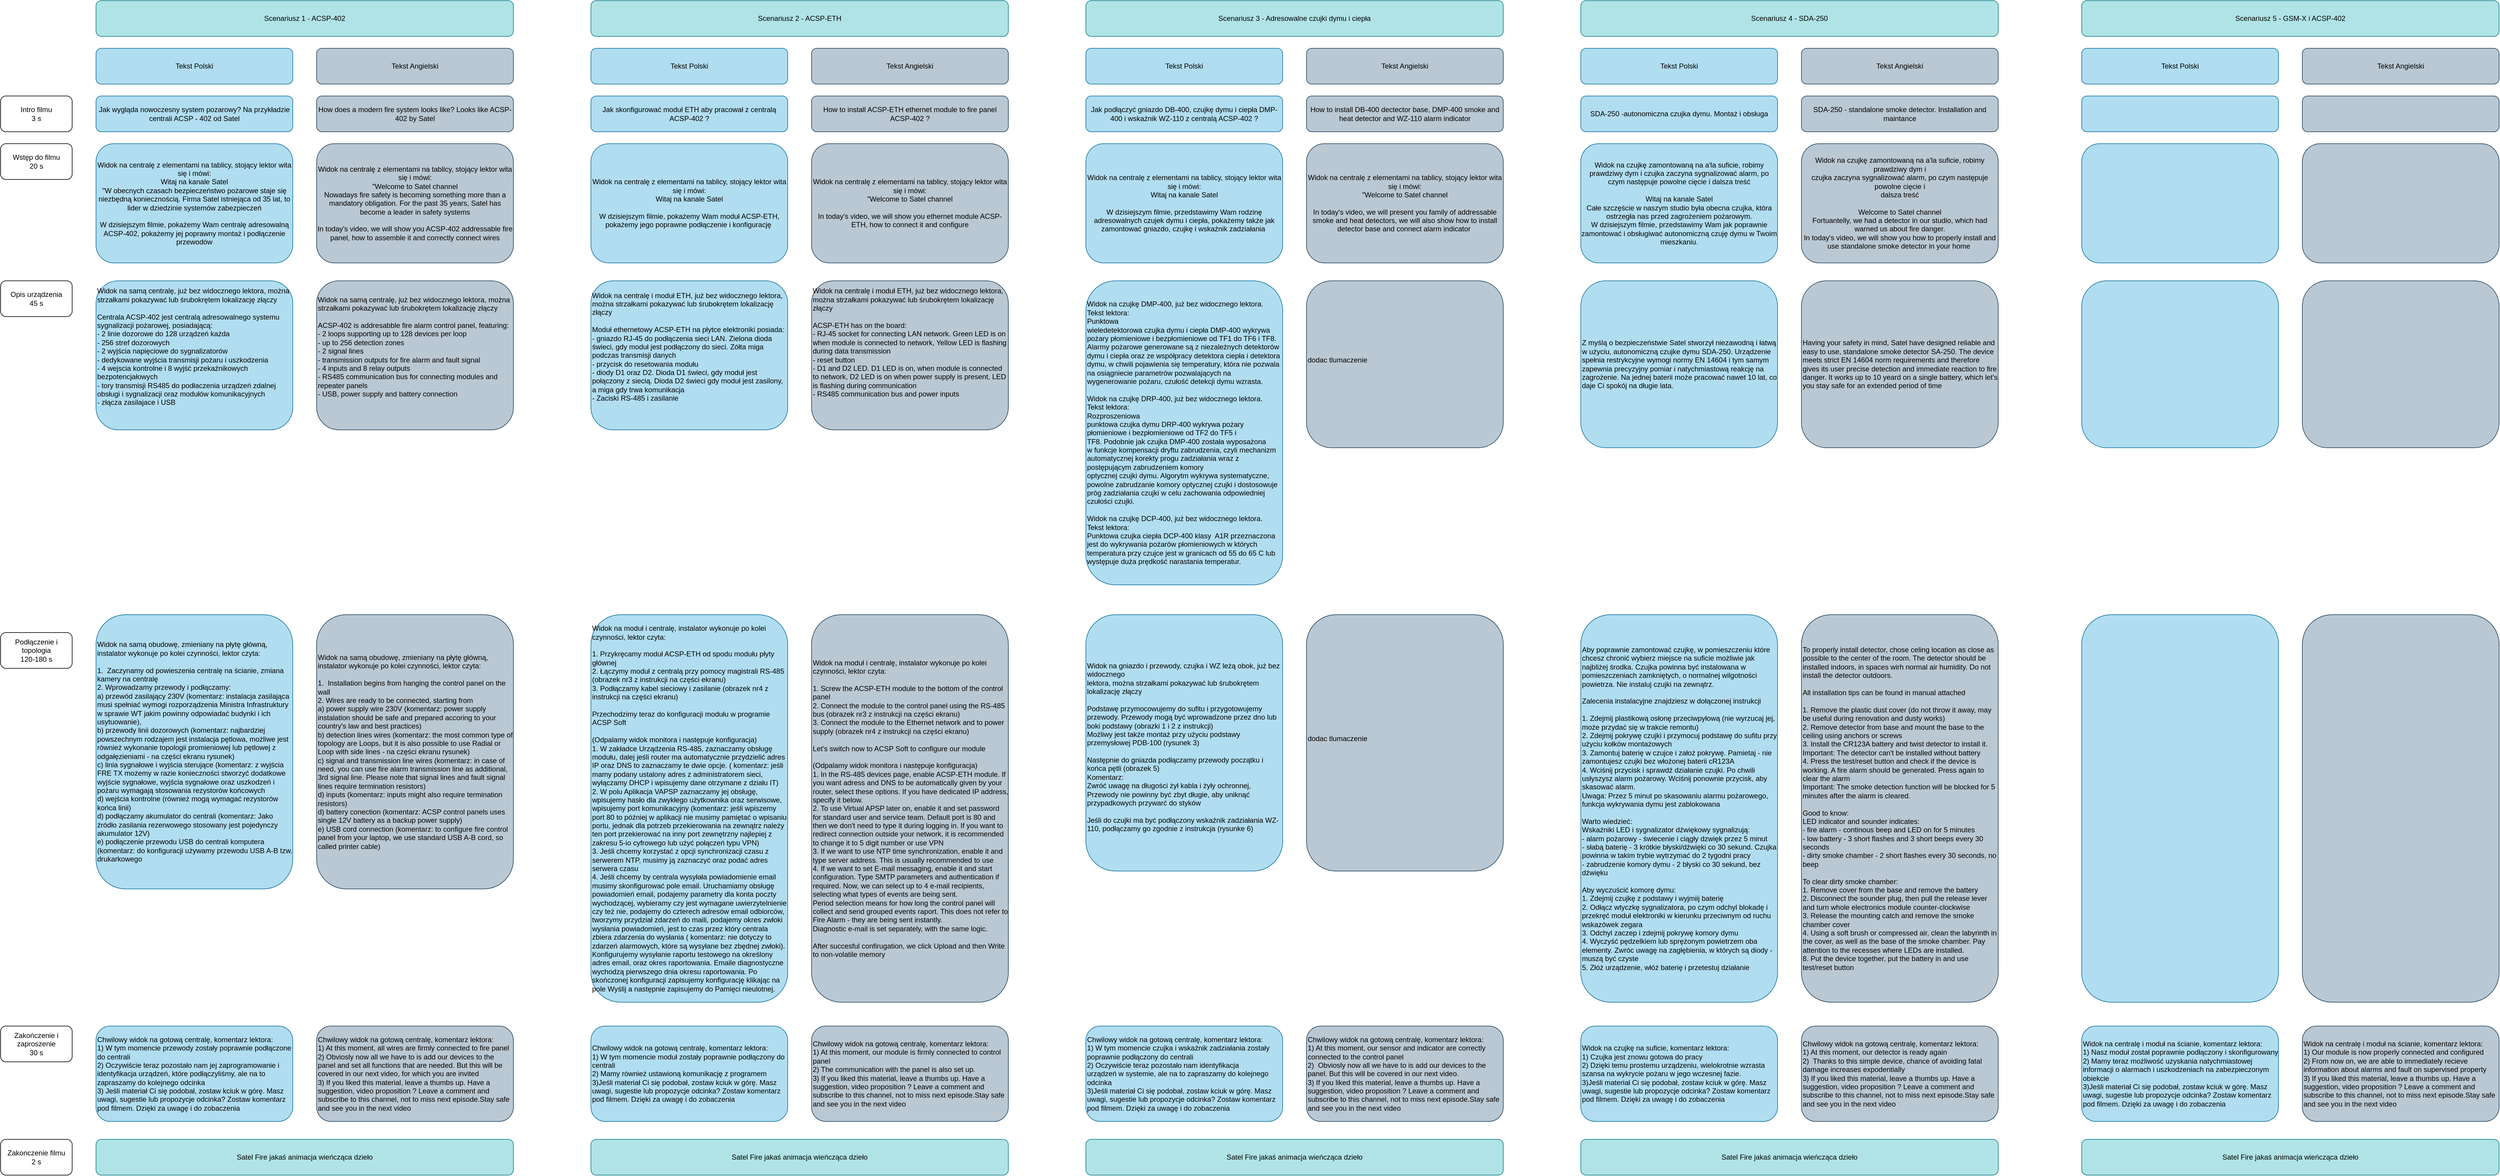
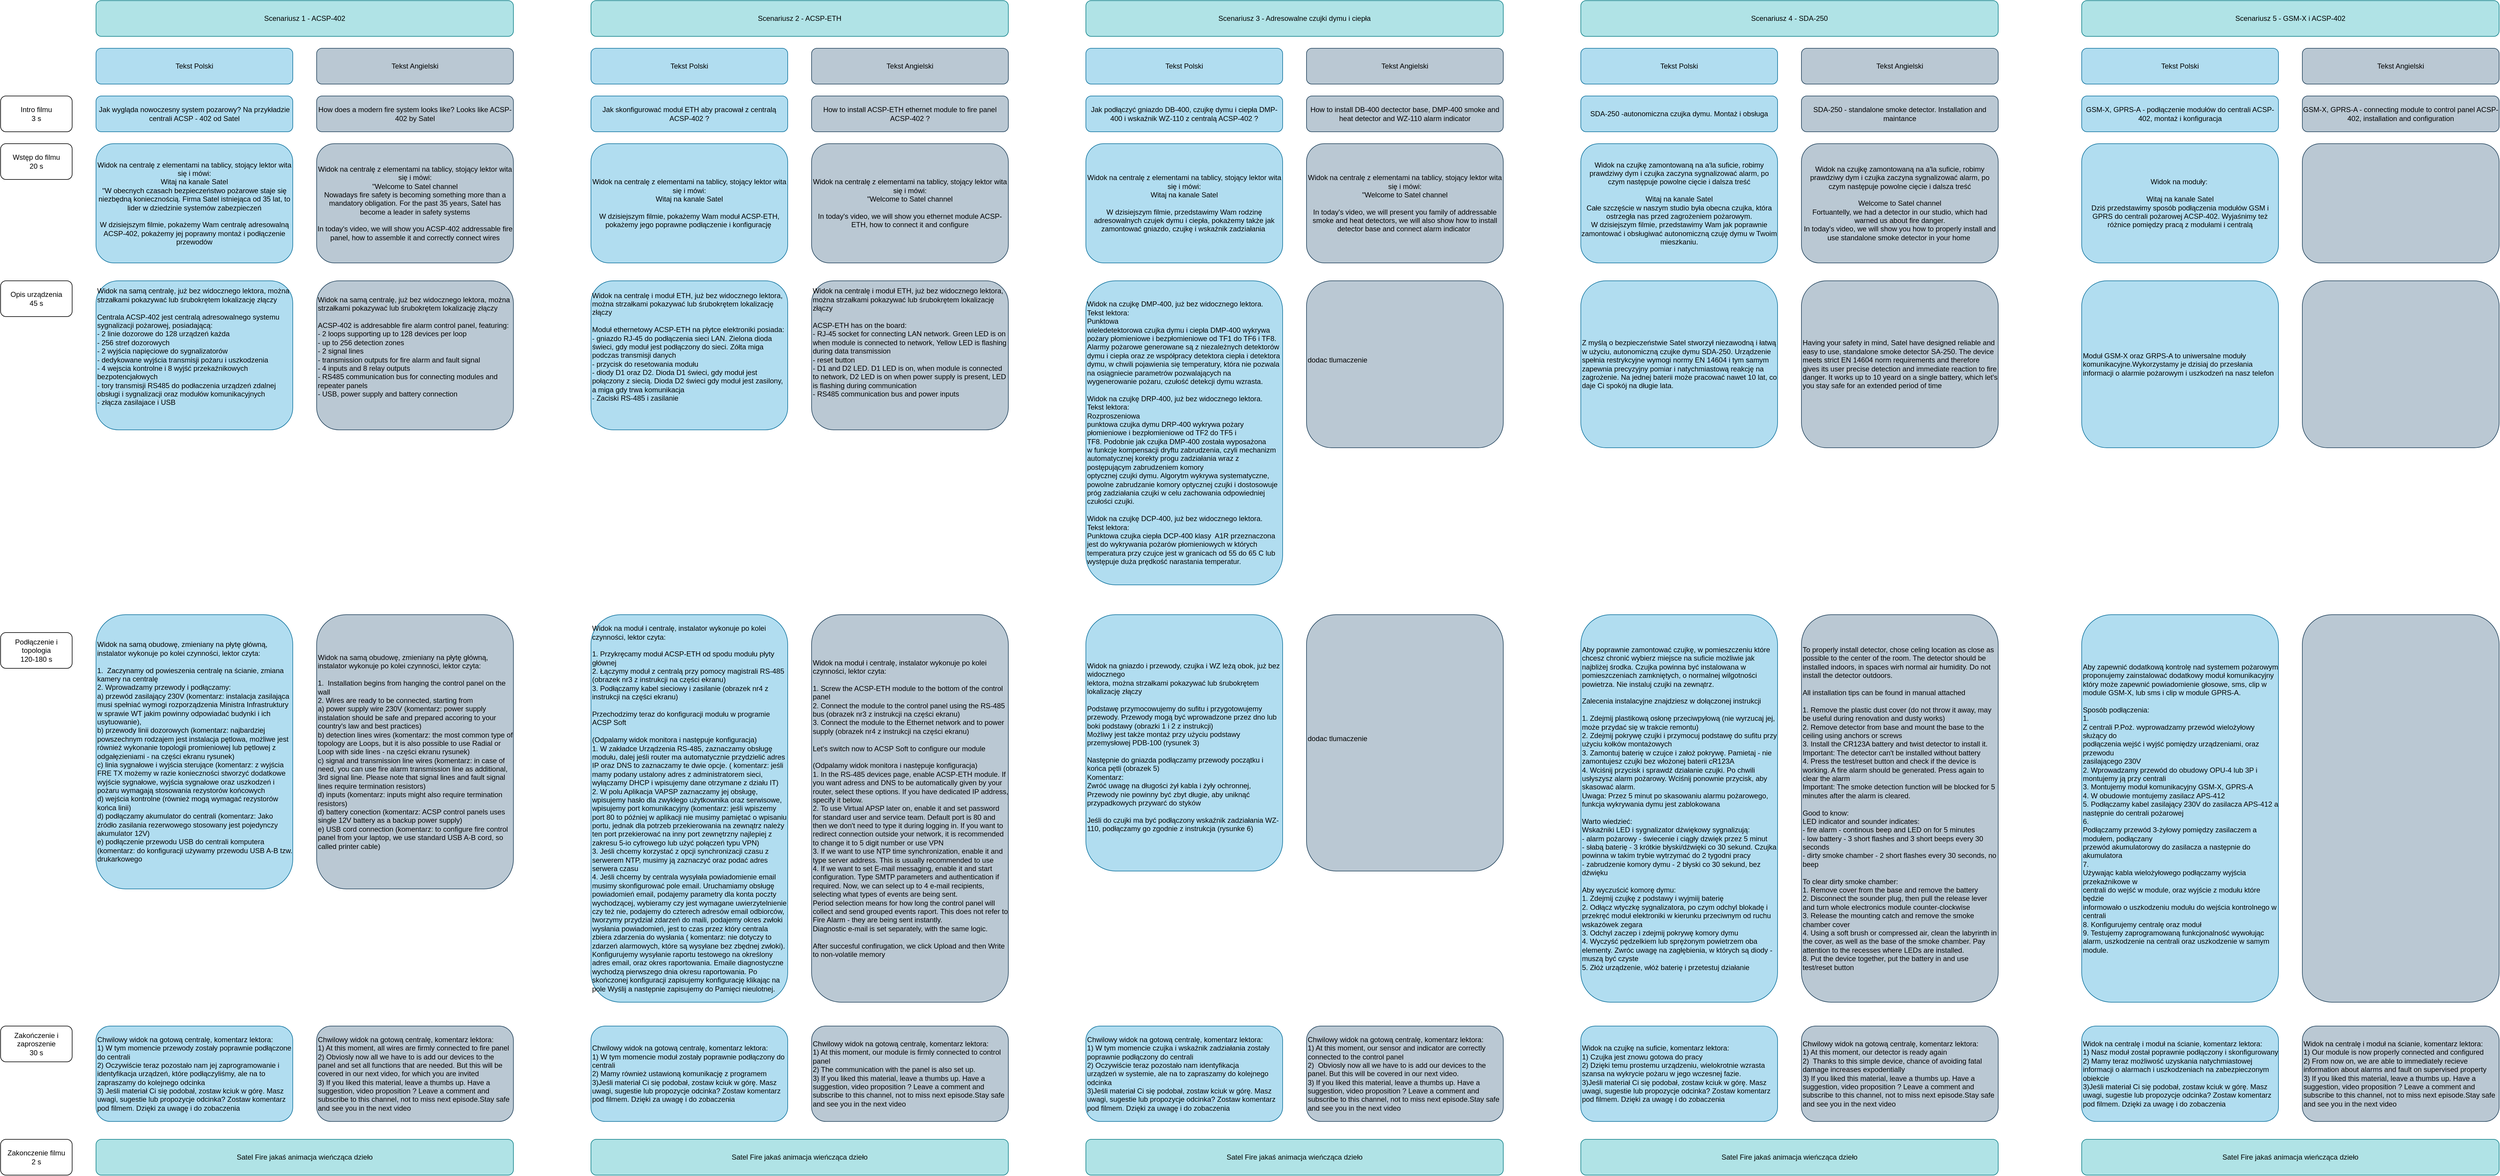
<mxfile host="app.diagrams.net">
  <diagram name="Strona-1" id="z8KAe0LmT8Zc7_pRFNcT">
-     <mxGraphModel dx="2708" dy="3047" grid="1" gridSize="10" guides="1" tooltips="1" connect="1" arrows="1" fold="1" page="1" pageScale="1" pageWidth="827" pageHeight="1169" math="0" shadow="0">
+     <mxGraphModel dx="1193" dy="2242" grid="1" gridSize="10" guides="1" tooltips="1" connect="1" arrows="1" fold="1" page="1" pageScale="1" pageWidth="827" pageHeight="1169" math="0" shadow="0">
      <root>
        <mxCell id="0" />
        <mxCell id="1" parent="0" />
        <mxCell id="0EHHFv7u1sgkDXgEne3z-1" parent="1" style="rounded=1;whiteSpace=wrap;html=1;align=left;fillColor=#b1ddf0;strokeColor=#10739e;" value="&lt;div align=&quot;left&quot;&gt;Widok na samą obudowę, zmieniany na płytę główną, instalator wykonuje po kolei czynności, lektor czyta:&lt;/div&gt;&lt;div align=&quot;left&quot;&gt;&lt;br&gt;&lt;/div&gt;&lt;div align=&quot;left&quot;&gt;1.&amp;nbsp; Zaczynamy od powieszenia centralę na ścianie, zmiana kamery na centralę&lt;/div&gt;&lt;div align=&quot;left&quot;&gt;2. Wprowadzamy przewody i podłączamy:&amp;nbsp;&lt;/div&gt;&lt;div align=&quot;left&quot;&gt;a) przewód zasilający 230V (komentarz: instalacja zasilająca musi spełniać wymogi rozporządzenia Ministra Infrastruktury w sprawie WT jakim powinny odpowiadać budynki i ich usytuowanie),&amp;nbsp;&lt;/div&gt;&lt;div align=&quot;left&quot;&gt;b) przewody linii dozorowych (komentarz: najbardziej powszechnym rodzajem jest instalacja pętlowa, możliwe jest również wykonanie topologii promieniowej lub pętlowej z odgałęzieniami - na części ekranu rysunek)&lt;/div&gt;&lt;div align=&quot;left&quot;&gt;c) linia sygnałowe i wyjścia sterujące (komentarz: z wyjścia FRE TX możemy w razie konieczności stworzyć dodatkowe wyjście sygnałowe, wyjścia sygnałowe oraz uszkodzeń i pożaru wymagają stosowania rezystorów końcowych&lt;/div&gt;&lt;div align=&quot;left&quot;&gt;d) wejścia kontrolne (również mogą wymagać rezystorów końca linii)&lt;/div&gt;&lt;div align=&quot;left&quot;&gt;d) podłączamy akumulator do centrali (komentarz:&amp;nbsp;Jako źródło zasilania rezerwowego stosowany jest pojedynczy akumulator 12V)&lt;/div&gt;&lt;div align=&quot;left&quot;&gt;e) podłączenie przewodu USB do centrali komputera (komentarz: do konfiguracji używamy przewodu USB A-B tzw. drukarkowego&lt;/div&gt;" vertex="1">
          <mxGeometry height="460" width="330" x="1080" y="910" as="geometry" />
        </mxCell>
        <mxCell id="0EHHFv7u1sgkDXgEne3z-2" parent="1" style="rounded=1;whiteSpace=wrap;html=1;fillColor=#b1ddf0;strokeColor=#10739e;" value="&lt;div&gt;Jak wygląda nowoczesny system pozarowy? Na przykładzie centrali ACSP - 402 od Satel&lt;/div&gt;" vertex="1">
          <mxGeometry height="60" width="330" x="1080" y="40" as="geometry" />
        </mxCell>
        <mxCell id="0EHHFv7u1sgkDXgEne3z-3" parent="1" style="rounded=1;whiteSpace=wrap;html=1;" value="&lt;div&gt;Wstęp do filmu&lt;/div&gt;&lt;div&gt;20 s&lt;/div&gt;" vertex="1">
          <mxGeometry height="60" width="120" x="920" y="120" as="geometry" />
        </mxCell>
        <mxCell id="0EHHFv7u1sgkDXgEne3z-4" parent="1" style="rounded=1;whiteSpace=wrap;html=1;fillColor=#b1ddf0;strokeColor=#10739e;" value="&lt;div&gt;Widok na centralę z elementami na tablicy, stojący lektor wita się i mówi:&lt;/div&gt;&lt;div&gt;Witaj na kanale Satel&lt;/div&gt;&lt;div&gt;&quot;W obecnych czasach bezpieczeństwo pożarowe staje się niezbędną koniecznością. Firma Satel istniejąca od 35 lat, to lider w dziedzinie systemów zabezpieczeń&lt;/div&gt;&lt;div&gt;&lt;br&gt;&lt;/div&gt;&lt;div&gt;W dzisiejszym filmie, pokażemy Wam centralę adresowalną ACSP-402, pokażemy jej poprawny montaż i podłączenie przewodów&lt;/div&gt;" vertex="1">
          <mxGeometry height="200" width="330" x="1080" y="120" as="geometry" />
        </mxCell>
        <mxCell id="0EHHFv7u1sgkDXgEne3z-5" parent="1" style="rounded=1;whiteSpace=wrap;html=1;" value="&lt;div&gt;Opis urządzenia&lt;/div&gt;&lt;div&gt;45 s&lt;/div&gt;" vertex="1">
          <mxGeometry height="60" width="120" x="920" y="350" as="geometry" />
        </mxCell>
        <mxCell id="0EHHFv7u1sgkDXgEne3z-6" parent="1" style="rounded=1;whiteSpace=wrap;html=1;align=left;fillColor=#b1ddf0;strokeColor=#10739e;" value="&lt;div align=&quot;left&quot;&gt;Widok na samą centralę, już bez widocznego lektora, można strzałkami pokazywać lub śrubokrętem lokalizację złączy&lt;/div&gt;&lt;div align=&quot;left&quot;&gt;&lt;br&gt;&lt;/div&gt;&lt;div align=&quot;left&quot;&gt;Centrala ACSP-402 jest centralą adresowalnego systemu sygnalizacji pożarowej, posiadającą:&lt;/div&gt;&lt;div align=&quot;left&quot;&gt;- 2 linie dozorowe do 128 urządzeń każda&lt;/div&gt;&lt;div align=&quot;left&quot;&gt;- 256 stref dozorowych&lt;/div&gt;&lt;div align=&quot;left&quot;&gt;- 2 wyjścia napięciowe do sygnalizatorów&lt;/div&gt;&lt;div align=&quot;left&quot;&gt;- dedykowane wyjścia transmisji pożaru i uszkodzenia&lt;/div&gt;&lt;div align=&quot;left&quot;&gt;- 4 wejscia kontrolne i 8 wyjść przekaźnikowych bezpotencjałowych&lt;/div&gt;&lt;div align=&quot;left&quot;&gt;- tory transmisji RS485 do podłaczenia urządzeń zdalnej obsługi i sygnalizacji oraz modułów komunikacyjnych&amp;nbsp;&lt;/div&gt;&lt;div align=&quot;left&quot;&gt;- złącza zasilajace i USB&lt;/div&gt;&lt;div align=&quot;left&quot;&gt;&lt;br&gt;&lt;/div&gt;&lt;div align=&quot;left&quot;&gt;&lt;br&gt;&lt;/div&gt;" vertex="1">
          <mxGeometry height="250" width="330" x="1080" y="350" as="geometry" />
        </mxCell>
        <mxCell id="0EHHFv7u1sgkDXgEne3z-7" parent="1" style="rounded=1;whiteSpace=wrap;html=1;" value="&lt;div&gt;Podłączenie i topologia&lt;/div&gt;&lt;div&gt;120-180 s&lt;/div&gt;" vertex="1">
          <mxGeometry height="60" width="120" x="920" y="940" as="geometry" />
        </mxCell>
        <mxCell id="0EHHFv7u1sgkDXgEne3z-8" parent="1" style="rounded=1;whiteSpace=wrap;html=1;" value="&lt;div&gt;Intro filmu&lt;/div&gt;&lt;div&gt;3 s&lt;/div&gt;" vertex="1">
          <mxGeometry height="60" width="120" x="920" y="40" as="geometry" />
        </mxCell>
        <mxCell id="0EHHFv7u1sgkDXgEne3z-9" parent="1" style="rounded=1;whiteSpace=wrap;html=1;fillColor=#b1ddf0;strokeColor=#10739e;" value="Tekst Polski" vertex="1">
          <mxGeometry height="60" width="330" x="1080" y="-40" as="geometry" />
        </mxCell>
        <mxCell id="0EHHFv7u1sgkDXgEne3z-10" parent="1" style="rounded=1;whiteSpace=wrap;html=1;fillColor=#bac8d3;strokeColor=#23445d;" value="Tekst Angielski" vertex="1">
          <mxGeometry height="60" width="330" x="1450" y="-40" as="geometry" />
        </mxCell>
        <mxCell id="0EHHFv7u1sgkDXgEne3z-11" parent="1" style="rounded=1;whiteSpace=wrap;html=1;fillColor=#b0e3e6;strokeColor=#0e8088;" value="Scenariusz 1 - ACSP-402" vertex="1">
          <mxGeometry height="60" width="700" x="1080" y="-120" as="geometry" />
        </mxCell>
        <mxCell id="0EHHFv7u1sgkDXgEne3z-12" parent="1" style="rounded=1;whiteSpace=wrap;html=1;" value="&lt;div&gt;Zakończenie i zaproszenie&lt;/div&gt;&lt;div&gt;30 s&lt;/div&gt;" vertex="1">
          <mxGeometry height="60" width="120" x="920" y="1600" as="geometry" />
        </mxCell>
        <mxCell id="0EHHFv7u1sgkDXgEne3z-13" parent="1" style="rounded=1;whiteSpace=wrap;html=1;align=left;fillColor=#b1ddf0;strokeColor=#10739e;" value="&lt;div&gt;Chwilowy widok na gotową centralę, komentarz lektora:&lt;/div&gt;&lt;div&gt;1) W tym momencie przewody zostały poprawnie podłączone do centrali&lt;/div&gt;&lt;div&gt;2) Oczywiście teraz pozostało nam jej zaprogramowanie i identyfikacja urządzeń, które podłączyliśmy, ale na to zapraszamy do kolejnego odcinka&lt;/div&gt;&lt;div&gt;3) Jeśli materiał Ci się podobał, zostaw kciuk w górę. Masz uwagi, sugestie lub propozycje odcinka? Zostaw komentarz pod filmem. Dzięki za uwagę i do zobaczenia&lt;/div&gt;" vertex="1">
          <mxGeometry height="160" width="330" x="1080" y="1600" as="geometry" />
        </mxCell>
        <mxCell id="0EHHFv7u1sgkDXgEne3z-14" parent="1" style="rounded=1;whiteSpace=wrap;html=1;fillColor=#b0e3e6;strokeColor=#0e8088;" value="Satel Fire jakaś animacja wieńcząca dzieło" vertex="1">
          <mxGeometry height="60" width="700" x="1080" y="1790" as="geometry" />
        </mxCell>
        <mxCell id="0EHHFv7u1sgkDXgEne3z-15" parent="1" style="rounded=1;whiteSpace=wrap;html=1;" value="&lt;div&gt;Zakonczenie filmu&lt;/div&gt;&lt;div&gt;2 s&lt;/div&gt;" vertex="1">
          <mxGeometry height="60" width="120" x="920" y="1790" as="geometry" />
        </mxCell>
        <mxCell id="0EHHFv7u1sgkDXgEne3z-16" parent="1" style="rounded=1;whiteSpace=wrap;html=1;align=left;fillColor=#bac8d3;strokeColor=#23445d;" value="&lt;div&gt;Chwilowy widok na gotową centralę, komentarz lektora:&lt;/div&gt;&lt;div&gt;1) At this moment, all wires are firmly connected to fire panel&lt;/div&gt;&lt;div&gt;2) Obviosly now all we have to is add our devices to the panel and set all functions that are needed. But this will be covered in our next video, for which you are invited&amp;nbsp;&lt;/div&gt;&lt;div&gt;3) If you liked this material, leave a thumbs up. Have a suggestion, video proposition ? Leave a comment and subscribe to this channel, not to miss next episode.Stay safe and see you in the next video&lt;/div&gt;" vertex="1">
          <mxGeometry height="160" width="330" x="1450" y="1600" as="geometry" />
        </mxCell>
        <mxCell id="0EHHFv7u1sgkDXgEne3z-17" parent="1" style="rounded=1;whiteSpace=wrap;html=1;fillColor=#bac8d3;strokeColor=#23445d;" value="How does a modern fire system looks like? Looks like ACSP-402 by Satel" vertex="1">
          <mxGeometry height="60" width="330" x="1450" y="40" as="geometry" />
        </mxCell>
        <mxCell id="0EHHFv7u1sgkDXgEne3z-18" parent="1" style="rounded=1;whiteSpace=wrap;html=1;fillColor=#bac8d3;strokeColor=#23445d;" value="&lt;div&gt;Widok na centralę z elementami na tablicy, stojący lektor wita się i mówi:&lt;/div&gt;&lt;div&gt;&quot;Welcome to Satel channel&lt;/div&gt;&lt;div&gt;Nowadays fire safety is becoming something more than a mandatory obligation. For the past 35 years, Satel has become a leader in safety systems&lt;/div&gt;&lt;div&gt;&lt;br&gt;&lt;/div&gt;&lt;div&gt;In today&#39;s video, we will show you ACSP-402 addressable fire panel, how to assemble it and correctly connect wires&lt;/div&gt;" vertex="1">
          <mxGeometry height="200" width="330" x="1450" y="120" as="geometry" />
        </mxCell>
        <mxCell id="0EHHFv7u1sgkDXgEne3z-19" parent="1" style="rounded=1;whiteSpace=wrap;html=1;align=left;fillColor=#bac8d3;strokeColor=#23445d;" value="&lt;div align=&quot;left&quot;&gt;Widok na samą centralę, już bez widocznego lektora, można strzałkami pokazywać lub śrubokrętem lokalizację złączy&lt;/div&gt;&lt;div align=&quot;left&quot;&gt;&lt;br&gt;&lt;/div&gt;&lt;div align=&quot;left&quot;&gt;ACSP-402&amp;nbsp;is addresabble fire alarm control panel, featuring:&lt;/div&gt;&lt;div align=&quot;left&quot;&gt;- 2 loops supporting up to 128 devices per loop&lt;/div&gt;&lt;div align=&quot;left&quot;&gt;- up to 256 detection zones&lt;/div&gt;&lt;div align=&quot;left&quot;&gt;- 2 signal lines&lt;/div&gt;&lt;div align=&quot;left&quot;&gt;- transmission outputs for fire alarm and fault signal&lt;/div&gt;&lt;div align=&quot;left&quot;&gt;- 4 inputs and 8 relay outputs&lt;/div&gt;&lt;div align=&quot;left&quot;&gt;- RS485 communication bus for connecting modules and repeater panels&amp;nbsp;&lt;/div&gt;&lt;div align=&quot;left&quot;&gt;- USB, power supply and battery connection&lt;/div&gt;&lt;div align=&quot;left&quot;&gt;&lt;br&gt;&lt;/div&gt;&lt;div align=&quot;left&quot;&gt;&lt;br&gt;&lt;/div&gt;" vertex="1">
          <mxGeometry height="250" width="330" x="1450" y="350" as="geometry" />
        </mxCell>
        <mxCell id="0EHHFv7u1sgkDXgEne3z-20" parent="1" style="rounded=1;whiteSpace=wrap;html=1;align=left;fillColor=#bac8d3;strokeColor=#23445d;" value="&lt;div align=&quot;left&quot;&gt;Widok na samą obudowę, zmieniany na płytę główną, instalator wykonuje po kolei czynności, lektor czyta:&lt;/div&gt;&lt;div align=&quot;left&quot;&gt;&lt;br&gt;&lt;/div&gt;&lt;div align=&quot;left&quot;&gt;1.&amp;nbsp; Installation begins from hanging the control panel on the wall&lt;/div&gt;&lt;div align=&quot;left&quot;&gt;2. Wires are ready to be connected, starting from&lt;/div&gt;&lt;div align=&quot;left&quot;&gt;a) power supply wire 230V (komentarz: power supply instalation should be safe and prepared accoring to your country&#39;s law and best practices)&lt;/div&gt;&lt;div align=&quot;left&quot;&gt;b) detection lines wires (komentarz: the most common type of topology are Loops, but it is also possible to use Radial or Loop with side lines - na części ekranu rysunek)&lt;/div&gt;&lt;div align=&quot;left&quot;&gt;c) signal and transmission line wires (komentarz: in case of need, you can use fire alarm transmission line as additional, 3rd signal line. Please note that signal lines and fault signal lines require termination resistors)&lt;/div&gt;&lt;div align=&quot;left&quot;&gt;d) inputs (komentarz: inputs might also require termination resistors)&lt;/div&gt;&lt;div align=&quot;left&quot;&gt;d) battery conection (komentarz: ACSP control panels uses single 12V battery as a backup power supply)&lt;/div&gt;&lt;div align=&quot;left&quot;&gt;e) USB cord connection (komentarz: to configure fire control panel from your laptop, we use standard USB A-B cord, so called printer cable)&lt;/div&gt;" vertex="1">
          <mxGeometry height="460" width="330" x="1450" y="910" as="geometry" />
        </mxCell>
        <mxCell id="6_1prXv-E_gUM5x_UOCS-1" parent="1" style="rounded=1;whiteSpace=wrap;html=1;align=left;fillColor=#b1ddf0;strokeColor=#10739e;" value="&lt;div align=&quot;left&quot;&gt;Widok na moduł i centralę, instalator wykonuje po kolei czynności, lektor czyta:&lt;/div&gt;&lt;div align=&quot;left&quot;&gt;&lt;br&gt;&lt;/div&gt;&lt;div align=&quot;left&quot;&gt;1. Przykręcamy moduł ACSP-ETH od spodu modułu płyty głównej&lt;/div&gt;&lt;div align=&quot;left&quot;&gt;2. Łączymy moduł z centralą przy pomocy magistrali RS-485 (obrazek nr3 z instrukcji na części ekranu)&lt;/div&gt;&lt;div align=&quot;left&quot;&gt;3. Podłączamy kabel sieciowy i zasilanie (obrazek nr4 z instrukcji na części ekranu)&amp;nbsp;&lt;/div&gt;&lt;div align=&quot;left&quot;&gt;&lt;br&gt;&lt;/div&gt;&lt;div align=&quot;left&quot;&gt;Przechodzimy teraz do konfiguracji modułu w programie ACSP Soft&lt;/div&gt;&lt;div align=&quot;left&quot;&gt;&lt;br&gt;&lt;/div&gt;&lt;div align=&quot;left&quot;&gt;(Odpalamy widok monitora i następuje konfiguracja)&lt;/div&gt;&lt;div align=&quot;left&quot;&gt;1. W zakładce Urządzenia RS-485, zaznaczamy obsługę modułu, dalej jeśli router ma automatycznie przydzielić adres IP oraz DNS to zaznaczamy te dwie opcje. ( komentarz: jeśli mamy podany ustalony adres z administratorem sieci, wyłączamy DHCP i wpisujemy dane otrzymane z działu IT)&lt;/div&gt;&lt;div align=&quot;left&quot;&gt;2. W polu Aplikacja VAPSP zaznaczamy jej obsługę, wpisujemy hasło dla zwykłego użytkownika oraz serwisowe, wpisujemy port komunikacyjny (komentarz: jeśli wpiszemy port 80 to później w aplikacji nie musimy pamiętać o wpisaniu portu, jednak dla potrzeb przekierowania na zewnątrz należy ten port przekierować na inny port zewnętrzny najlepiej z zakresu 5-io cyfrowego lub użyć połączeń typu VPN)&lt;/div&gt;&lt;div align=&quot;left&quot;&gt;3. Jeśli chcemy korzystać z opcji synchronizacji czasu z serwerem NTP, musimy ją zaznaczyć oraz podać adres serwera czasu&lt;/div&gt;&lt;div align=&quot;left&quot;&gt;4. Jeśli chcemy by centrala wysyłała powiadomienie email musimy skonfigurować pole email. Uruchamiamy obsługę powiadomień email, podajemy parametry dla konta poczty wychodzącej, wybieramy czy jest wymagane uwierzytelnienie czy też nie, podajemy do czterech adresów email odbiorców, tworzymy przydział zdarzeń do maili, podajemy okres zwłoki wysłania powiadomień, jest to czas przez który centrala zbiera zdarzenia do wysłania ( komentarz: nie dotyczy to zdarzeń alarmowych, które są wysyłane bez zbędnej zwłoki). Konfigurujemy wysyłanie raportu testowego na określony adres email, oraz okres raportowania. Emaile diagnostyczne wychodzą pierwszego dnia okresu raportowania. Po skończonej konfiguracji zapisujemy konfigurację klikając na pole Wyślij a następnie zapisujemy do Pamięci nieulotnej.&lt;/div&gt;" vertex="1">
          <mxGeometry height="650" width="330" x="1910" y="910" as="geometry" />
        </mxCell>
        <mxCell id="6_1prXv-E_gUM5x_UOCS-2" parent="1" style="rounded=1;whiteSpace=wrap;html=1;fillColor=#b1ddf0;strokeColor=#10739e;" value="Jak skonfigurować moduł ETH aby pracował z centralą ACSP-402 ?" vertex="1">
          <mxGeometry height="60" width="330" x="1910" y="40" as="geometry" />
        </mxCell>
        <mxCell id="6_1prXv-E_gUM5x_UOCS-3" parent="1" style="rounded=1;whiteSpace=wrap;html=1;fillColor=#b1ddf0;strokeColor=#10739e;" value="&lt;div&gt;Widok na centralę z elementami na tablicy, stojący lektor wita się i mówi:&lt;/div&gt;&lt;div&gt;Witaj na kanale Satel&lt;/div&gt;&lt;div&gt;&lt;br&gt;&lt;/div&gt;&lt;div&gt;W dzisiejszym filmie, pokażemy Wam moduł ACSP-ETH, pokażemy jego poprawne podłączenie i konfigurację&amp;nbsp;&lt;/div&gt;" vertex="1">
          <mxGeometry height="200" width="330" x="1910" y="120" as="geometry" />
        </mxCell>
        <mxCell id="6_1prXv-E_gUM5x_UOCS-4" parent="1" style="rounded=1;whiteSpace=wrap;html=1;align=left;fillColor=#b1ddf0;strokeColor=#10739e;" value="&lt;div align=&quot;left&quot;&gt;Widok na centralę i moduł ETH, już bez widocznego lektora, można strzałkami pokazywać lub śrubokrętem lokalizację złączy&lt;/div&gt;&lt;div align=&quot;left&quot;&gt;&lt;br&gt;&lt;/div&gt;&lt;div align=&quot;left&quot;&gt;Moduł ethernetowy ACSP-ETH na płytce elektroniki posiada:&lt;/div&gt;&lt;div align=&quot;left&quot;&gt;- gniazdo RJ-45 do podłączenia sieci LAN. Zielona dioda świeci, gdy moduł jest podłączony do sieci. Zółta miga podczas transmisji danych&lt;/div&gt;&lt;div align=&quot;left&quot;&gt;- przycisk do resetowania modułu&lt;/div&gt;&lt;div align=&quot;left&quot;&gt;- diody D1 oraz D2. Dioda D1 świeci, gdy moduł jest połączony z siecią. Dioda D2 świeci gdy moduł jest zasilony, a miga gdy trwa komunikacja&lt;/div&gt;&lt;div align=&quot;left&quot;&gt;- Zaciski RS-485 i zasilanie&lt;/div&gt;&lt;div align=&quot;left&quot;&gt;&lt;br&gt;&lt;/div&gt;&lt;div align=&quot;left&quot;&gt;&lt;br&gt;&lt;/div&gt;" vertex="1">
          <mxGeometry height="250" width="330" x="1910" y="350" as="geometry" />
        </mxCell>
        <mxCell id="6_1prXv-E_gUM5x_UOCS-5" parent="1" style="rounded=1;whiteSpace=wrap;html=1;fillColor=#b1ddf0;strokeColor=#10739e;" value="Tekst Polski" vertex="1">
          <mxGeometry height="60" width="330" x="1910" y="-40" as="geometry" />
        </mxCell>
        <mxCell id="6_1prXv-E_gUM5x_UOCS-6" parent="1" style="rounded=1;whiteSpace=wrap;html=1;fillColor=#bac8d3;strokeColor=#23445d;" value="Tekst Angielski" vertex="1">
          <mxGeometry height="60" width="330" x="2280" y="-40" as="geometry" />
        </mxCell>
        <mxCell id="6_1prXv-E_gUM5x_UOCS-7" parent="1" style="rounded=1;whiteSpace=wrap;html=1;fillColor=#b0e3e6;strokeColor=#0e8088;" value="Scenariusz 2 - ACSP-ETH" vertex="1">
          <mxGeometry height="60" width="700" x="1910" y="-120" as="geometry" />
        </mxCell>
        <mxCell id="6_1prXv-E_gUM5x_UOCS-8" parent="1" style="rounded=1;whiteSpace=wrap;html=1;align=left;fillColor=#b1ddf0;strokeColor=#10739e;" value="&lt;div&gt;Chwilowy widok na gotową centralę, komentarz lektora:&lt;/div&gt;&lt;div&gt;1) W tym momencie moduł zostały poprawnie podłączony do centrali&lt;/div&gt;&lt;div&gt;2) Mamy również ustawioną komunikację z programem&lt;/div&gt;&lt;div&gt;3)Jeśli materiał Ci się podobał, zostaw kciuk w górę. Masz uwagi, sugestie lub propozycje odcinka? Zostaw komentarz pod filmem. Dzięki za uwagę i do zobaczenia&lt;/div&gt;" vertex="1">
          <mxGeometry height="160" width="330" x="1910" y="1600" as="geometry" />
        </mxCell>
        <mxCell id="6_1prXv-E_gUM5x_UOCS-9" parent="1" style="rounded=1;whiteSpace=wrap;html=1;fillColor=#b0e3e6;strokeColor=#0e8088;" value="Satel Fire jakaś animacja wieńcząca dzieło" vertex="1">
          <mxGeometry height="60" width="700" x="1910" y="1790" as="geometry" />
        </mxCell>
        <mxCell id="6_1prXv-E_gUM5x_UOCS-10" parent="1" style="rounded=1;whiteSpace=wrap;html=1;align=left;fillColor=#bac8d3;strokeColor=#23445d;" value="&lt;div&gt;Chwilowy widok na gotową centralę, komentarz lektora:&lt;/div&gt;&lt;div&gt;1) At this moment, our module is firmly connected to control panel&lt;/div&gt;&lt;div&gt;2) The communication with the panel is also set up.&lt;/div&gt;&lt;div&gt;3) If you liked this material, leave a thumbs up. Have a suggestion, video proposition ? Leave a comment and subscribe to this channel, not to miss next episode.Stay safe and see you in the next video&lt;/div&gt;" vertex="1">
          <mxGeometry height="160" width="330" x="2280" y="1600" as="geometry" />
        </mxCell>
        <mxCell id="6_1prXv-E_gUM5x_UOCS-11" parent="1" style="rounded=1;whiteSpace=wrap;html=1;fillColor=#bac8d3;strokeColor=#23445d;" value="How to install ACSP-ETH ethernet module to fire panel ACSP-402 ?" vertex="1">
          <mxGeometry height="60" width="330" x="2280" y="40" as="geometry" />
        </mxCell>
        <mxCell id="6_1prXv-E_gUM5x_UOCS-12" parent="1" style="rounded=1;whiteSpace=wrap;html=1;fillColor=#bac8d3;strokeColor=#23445d;" value="&lt;div&gt;Widok na centralę z elementami na tablicy, stojący lektor wita się i mówi:&lt;/div&gt;&lt;div&gt;&quot;Welcome to Satel channel&lt;/div&gt;&lt;div&gt;&lt;br&gt;&lt;/div&gt;&lt;div&gt;In today&#39;s video, we will show you ethernet module ACSP-ETH, how to connect it and configure&lt;/div&gt;" vertex="1">
          <mxGeometry height="200" width="330" x="2280" y="120" as="geometry" />
        </mxCell>
        <mxCell id="6_1prXv-E_gUM5x_UOCS-13" parent="1" style="rounded=1;whiteSpace=wrap;html=1;align=left;fillColor=#bac8d3;strokeColor=#23445d;" value="&lt;div align=&quot;left&quot;&gt;Widok na centralę i moduł ETH, już bez widocznego lektora, można strzałkami pokazywać lub śrubokrętem lokalizację złączy&lt;/div&gt;&lt;div align=&quot;left&quot;&gt;&lt;br&gt;&lt;/div&gt;&lt;div align=&quot;left&quot;&gt;ACSP-ETH has on the board:&lt;/div&gt;&lt;div align=&quot;left&quot;&gt;- RJ-45 socket for connecting LAN network. Green LED is on when module is connected to network, Yellow LED is flashing during data transmission&lt;/div&gt;&lt;div align=&quot;left&quot;&gt;- reset button&lt;/div&gt;&lt;div align=&quot;left&quot;&gt;- D1 and D2 LED. D1 LED is on, when module is connected to network, D2 LED is on when power supply is present, LED is flashing during communication&lt;/div&gt;&lt;div align=&quot;left&quot;&gt;-&amp;nbsp;RS485 communication bus and power inputs&lt;/div&gt;&lt;div align=&quot;left&quot;&gt;&lt;br&gt;&lt;/div&gt;&lt;div align=&quot;left&quot;&gt;&lt;br&gt;&lt;br&gt;&lt;/div&gt;" vertex="1">
          <mxGeometry height="250" width="330" x="2280" y="350" as="geometry" />
        </mxCell>
        <mxCell id="6_1prXv-E_gUM5x_UOCS-14" parent="1" style="rounded=1;whiteSpace=wrap;html=1;align=left;fillColor=#bac8d3;strokeColor=#23445d;" value="&lt;br&gt;&lt;div align=&quot;left&quot;&gt;Widok na moduł i centralę, instalator wykonuje po kolei czynności, lektor czyta:&lt;/div&gt;&lt;div align=&quot;left&quot;&gt;&lt;br&gt;&lt;/div&gt;&lt;div align=&quot;left&quot;&gt;1. Screw the ACSP-ETH module to the bottom of the control panel&lt;/div&gt;&lt;div align=&quot;left&quot;&gt;2. Connect the module to the control panel using the RS-485 bus (obrazek nr3 z instrukcji na części ekranu)&lt;div align=&quot;left&quot;&gt;3. Connect the module to the Ethernet network and to power supply (obrazek nr4 z instrukcji na części ekranu)&amp;nbsp;&lt;/div&gt;&lt;/div&gt;&lt;div align=&quot;left&quot;&gt;&lt;br&gt;&lt;/div&gt;&lt;div align=&quot;left&quot;&gt;Let&#39;s switch now to ACSP Soft to configure our module&lt;/div&gt;&lt;div align=&quot;left&quot;&gt;&lt;br&gt;&lt;/div&gt;&lt;div align=&quot;left&quot;&gt;(Odpalamy widok monitora i następuje konfiguracja)&lt;/div&gt;&lt;div align=&quot;left&quot;&gt;1. In the RS-485 devices page, enable ACSP-ETH module. If you want adress and DNS to be automatically given by your router, select these options. If you have dedicated IP address, specify it below.&lt;/div&gt;&lt;div align=&quot;left&quot;&gt;2. To use Virtual APSP later on, enable it and set password for standard user and service team. Default port is 80 and then we don&#39;t need to type it during logging in. If you want to redirect connection outside your network, it is recommended to change it to 5 digit number or use VPN&lt;/div&gt;&lt;div align=&quot;left&quot;&gt;3. If we want to use NTP time synchronization, enable it and type server address. This is usually recommended to use&lt;/div&gt;&lt;div align=&quot;left&quot;&gt;4. If we want to set E-mail messaging, enable it and start configuration. Type SMTP parameters and authentication if required. Now, we can select up to 4 e-mail recipients, selecting what types of events are being sent.&lt;/div&gt;&lt;div align=&quot;left&quot;&gt;Period selection means for how long the control panel will collect and send grouped events raport. This does not refer to Fire Alarm - they are being sent instantly.&lt;/div&gt;&lt;div align=&quot;left&quot;&gt;Diagnostic e-mail is set separately, with the same logic.&lt;/div&gt;&lt;div align=&quot;left&quot;&gt;&lt;br&gt;&lt;/div&gt;&lt;div align=&quot;left&quot;&gt;After succesful confirugation, we click Upload and then Write to non-volatile memory&lt;/div&gt;&lt;div&gt;&lt;br&gt;&lt;/div&gt;" vertex="1">
          <mxGeometry height="650" width="330" x="2280" y="910" as="geometry" />
        </mxCell>
        <mxCell id="0qluF64Sdjj_I7BYTujH-1" parent="1" style="rounded=1;whiteSpace=wrap;html=1;align=left;fillColor=#b1ddf0;strokeColor=#10739e;" value="&lt;br&gt;&lt;div align=&quot;left&quot;&gt;&lt;div&gt;&lt;span style=&quot;background-color: transparent; color: light-dark(rgb(0, 0, 0), rgb(255, 255, 255));&quot;&gt;&lt;br&gt;&lt;/span&gt;&lt;/div&gt;&lt;/div&gt;&lt;div align=&quot;left&quot;&gt;Widok na gniazdo i przewody, czujka i WZ leżą obok, już bez widocznego &lt;br&gt;lektora, można strzałkami pokazywać lub śrubokrętem lokalizację złączy&lt;/div&gt;&lt;div align=&quot;left&quot;&gt;&lt;br&gt;&lt;/div&gt;&lt;div align=&quot;left&quot;&gt;Podstawę przymocowujemy do sufitu i przygotowujemy przewody. Przewody mogą być wprowadzone przez dno lub boki podstawy&amp;nbsp;(obrazki 1 i 2 z instrukcji) &lt;br&gt;Możliwy jest&amp;nbsp;także montaż przy użyciu podstawy przemysłowej PDB-100 (rysunek 3)&lt;/div&gt;&lt;div align=&quot;left&quot;&gt;&lt;br&gt;&lt;/div&gt;&lt;div align=&quot;left&quot;&gt;Następnie do gniazda podłączamy przewody początku i końca pętli (obrazek 5)&amp;nbsp;&amp;nbsp;&lt;/div&gt;&lt;div align=&quot;left&quot;&gt;Komentarz:&lt;/div&gt;&lt;div align=&quot;left&quot;&gt;Zwróć uwagę na długości żył kabla i żyły ochronnej, Przewody nie powinny być zbyt długie, aby uniknąć przypadkowych przywarć do styków&amp;nbsp;&lt;/div&gt;&lt;div align=&quot;left&quot;&gt;&lt;br&gt;&lt;/div&gt;&lt;div align=&quot;left&quot;&gt;Jeśli do czujki ma być podłączony wskaźnik zadziałania WZ-110, podłączamy go zgodnie z instrukcja (rysunke 6)&lt;/div&gt;&lt;div&gt;&lt;br&gt;&lt;/div&gt;" vertex="1">
          <mxGeometry height="430" width="330" x="2740" y="910" as="geometry" />
        </mxCell>
        <mxCell id="0qluF64Sdjj_I7BYTujH-2" parent="1" style="rounded=1;whiteSpace=wrap;html=1;fillColor=#b1ddf0;strokeColor=#10739e;" value="Jak podłączyć gniazdo DB-400, czujkę dymu i ciepła DMP-400 i wskaźnik WZ-110 z centralą ACSP-402 ?" vertex="1">
          <mxGeometry height="60" width="330" x="2740" y="40" as="geometry" />
        </mxCell>
        <mxCell id="0qluF64Sdjj_I7BYTujH-3" parent="1" style="rounded=1;whiteSpace=wrap;html=1;fillColor=#b1ddf0;strokeColor=#10739e;" value="&lt;div&gt;Widok na centralę z elementami na tablicy, stojący lektor wita się i mówi:&lt;/div&gt;&lt;div&gt;Witaj na kanale Satel&lt;/div&gt;&lt;div&gt;&lt;br&gt;&lt;/div&gt;&lt;div&gt;W dzisiejszym filmie, przedstawimy Wam rodzinę adresowalnych czujek dymu i ciepła, pokażemy także jak zamontować gniazdo, czujkę i wskaźnik zadziałania&amp;nbsp;&lt;/div&gt;" vertex="1">
          <mxGeometry height="200" width="330" x="2740" y="120" as="geometry" />
        </mxCell>
        <mxCell id="0qluF64Sdjj_I7BYTujH-4" parent="1" style="rounded=1;whiteSpace=wrap;html=1;align=left;fillColor=#b1ddf0;strokeColor=#10739e;" value="&lt;br&gt;&lt;div align=&quot;left&quot;&gt;&lt;span style=&quot;background-color: transparent; color: light-dark(rgb(0, 0, 0), rgb(255, 255, 255));&quot;&gt;Widok na czujkę DMP-400,&amp;nbsp;&lt;/span&gt;&lt;span style=&quot;background-color: transparent; color: light-dark(rgb(0, 0, 0), rgb(255, 255, 255));&quot;&gt;już bez widocznego lektora.&lt;/span&gt;&lt;/div&gt;&lt;div align=&quot;left&quot;&gt;&lt;span style=&quot;background-color: transparent; color: light-dark(rgb(0, 0, 0), rgb(255, 255, 255));&quot;&gt;Tekst lektora:&lt;/span&gt;&lt;/div&gt;&lt;div align=&quot;left&quot;&gt;&lt;span style=&quot;background-color: transparent; color: light-dark(rgb(0, 0, 0), rgb(255, 255, 255));&quot;&gt;Punktowa&lt;br&gt; wieledetektorowa czujka dymu i ciepła DMP-400 wykrywa pożary płomieniowe i bezpłomieniowe od TF1 do TF6 i TF8. Alarmy pożarowe generowane są z niezależnych detektorów dymu i ciepła oraz ze współpracy detektora ciepła i detektora dymu, w chwili pojawienia się temperatury, która nie pozwala na osiągniecie parametrów pozwalających na wygenerowanie pożaru, czułość detekcji dymu wzrasta.&amp;nbsp;&amp;nbsp;&lt;/span&gt;&lt;/div&gt;&lt;div align=&quot;left&quot;&gt;&lt;span style=&quot;background-color: transparent; color: light-dark(rgb(0, 0, 0), rgb(255, 255, 255));&quot;&gt;&lt;br&gt;&lt;/span&gt;&lt;/div&gt;&lt;div align=&quot;left&quot;&gt;&lt;div align=&quot;left&quot;&gt;&lt;span style=&quot;background-color: transparent; color: light-dark(rgb(0, 0, 0), rgb(255, 255, 255));&quot;&gt;Widok na czujkę DRP-400, &lt;/span&gt;&lt;span style=&quot;background-color: transparent; color: light-dark(rgb(0, 0, 0), rgb(255, 255, 255));&quot;&gt;już bez widocznego lektora.&lt;/span&gt;&lt;/div&gt;&lt;div align=&quot;left&quot;&gt;&lt;span style=&quot;background-color: transparent; color: light-dark(rgb(0, 0, 0), rgb(255, 255, 255));&quot;&gt;Tekst lektora:&lt;/span&gt;&lt;/div&gt;&lt;div align=&quot;left&quot;&gt;&lt;span style=&quot;background-color: transparent; color: light-dark(rgb(0, 0, 0), rgb(255, 255, 255));&quot;&gt;Rozproszeniowa&lt;br&gt; punktowa czujka dymu DRP-400 wykrywa pożary płomieniowe i bezpłomieniowe od TF2 do TF5 i TF8.&amp;nbsp;Podobnie jak czujka DMP-400 została&amp;nbsp;&lt;/span&gt;&lt;span style=&quot;background-color: transparent; color: light-dark(rgb(0, 0, 0), rgb(255, 255, 255));&quot;&gt;wyposażona&lt;br&gt; w funkcje kompensacji dryftu zabrudzenia, czyli mechanizm automatycznej korekty progu zadziałania wraz z postępującym zabrudzeniem komory &lt;br&gt;optycznej czujki dymu. Algorytm wykrywa systematyczne, powolne zabrudzanie komory optycznej czujki i dostosowuje próg zadziałania czujki w celu zachowania odpowiedniej czułości czujki.&amp;nbsp;&lt;/span&gt;&lt;/div&gt;&lt;/div&gt;&lt;div align=&quot;left&quot;&gt;&lt;br&gt;&lt;/div&gt;&lt;div align=&quot;left&quot;&gt;&lt;div align=&quot;left&quot;&gt;&lt;span style=&quot;background-color: transparent; color: light-dark(rgb(0, 0, 0), rgb(255, 255, 255));&quot;&gt;Widok na czujkę DCP-400, &lt;/span&gt;&lt;span style=&quot;background-color: transparent; color: light-dark(rgb(0, 0, 0), rgb(255, 255, 255));&quot;&gt;już bez widocznego lektora.&lt;/span&gt;&lt;/div&gt;&lt;div align=&quot;left&quot;&gt;&lt;span style=&quot;background-color: transparent; color: light-dark(rgb(0, 0, 0), rgb(255, 255, 255));&quot;&gt;Tekst lektora:&lt;/span&gt;&lt;/div&gt;&lt;div&gt;&lt;span style=&quot;background-color: transparent; color: light-dark(rgb(0, 0, 0), rgb(255, 255, 255));&quot;&gt;Punktowa czujka ciepła DCP-400 klasy&amp;nbsp; A1R&amp;nbsp;&lt;/span&gt;&lt;span style=&quot;background-color: transparent; color: light-dark(rgb(0, 0, 0), rgb(255, 255, 255));&quot;&gt;przeznaczona&amp;nbsp;&lt;br&gt; jest do wykrywania pożarów płomieniowych w których temperatura przy czujce jest w granicach od 55 do 65 C lub występuje duża prędkość narastania temperatur.&lt;/span&gt;&lt;/div&gt;&lt;/div&gt;&lt;div align=&quot;left&quot;&gt;&lt;br&gt;&lt;/div&gt;" vertex="1">
          <mxGeometry height="510" width="330" x="2740" y="350" as="geometry" />
        </mxCell>
        <mxCell id="0qluF64Sdjj_I7BYTujH-5" parent="1" style="rounded=1;whiteSpace=wrap;html=1;fillColor=#b1ddf0;strokeColor=#10739e;" value="Tekst Polski" vertex="1">
          <mxGeometry height="60" width="330" x="2740" y="-40" as="geometry" />
        </mxCell>
        <mxCell id="0qluF64Sdjj_I7BYTujH-6" parent="1" style="rounded=1;whiteSpace=wrap;html=1;fillColor=#bac8d3;strokeColor=#23445d;" value="Tekst Angielski" vertex="1">
          <mxGeometry height="60" width="330" x="3110" y="-40" as="geometry" />
        </mxCell>
        <mxCell id="0qluF64Sdjj_I7BYTujH-7" parent="1" style="rounded=1;whiteSpace=wrap;html=1;fillColor=#b0e3e6;strokeColor=#0e8088;" value="Scenariusz 3 - Adresowalne czujki dymu i ciepła" vertex="1">
          <mxGeometry height="60" width="700" x="2740" y="-120" as="geometry" />
        </mxCell>
        <mxCell id="0qluF64Sdjj_I7BYTujH-8" parent="1" style="rounded=1;whiteSpace=wrap;html=1;align=left;fillColor=#b1ddf0;strokeColor=#10739e;" value="&lt;div&gt;Chwilowy widok na gotową centralę, komentarz lektora:&lt;/div&gt;&lt;div&gt;1) W tym momencie czujka i wskaźnik zadziałania zostały poprawnie podłączony do centrali&lt;/div&gt;&lt;div&gt;2)&amp;nbsp;Oczywiście teraz pozostało nam identyfikacja &lt;br/&gt;urządzeń w systemie, ale na to zapraszamy do kolejnego odcinka&lt;/div&gt;&lt;div&gt;3)Jeśli materiał Ci się podobał, zostaw kciuk w górę. Masz uwagi, sugestie lub propozycje odcinka? Zostaw komentarz pod filmem. Dzięki za uwagę i do zobaczenia&lt;/div&gt;" vertex="1">
          <mxGeometry height="160" width="330" x="2740" y="1600" as="geometry" />
        </mxCell>
        <mxCell id="0qluF64Sdjj_I7BYTujH-9" parent="1" style="rounded=1;whiteSpace=wrap;html=1;fillColor=#b0e3e6;strokeColor=#0e8088;" value="Satel Fire jakaś animacja wieńcząca dzieło" vertex="1">
          <mxGeometry height="60" width="700" x="2740" y="1790" as="geometry" />
        </mxCell>
        <mxCell id="0qluF64Sdjj_I7BYTujH-10" parent="1" style="rounded=1;whiteSpace=wrap;html=1;align=left;fillColor=#bac8d3;strokeColor=#23445d;" value="&lt;div&gt;Chwilowy widok na gotową centralę, komentarz lektora:&lt;/div&gt;&lt;div&gt;1) At this moment, our sensor and indicator are correctly connected to the control panel&lt;/div&gt;&lt;div&gt;2)&amp;nbsp; Obviosly now all we have to is add our devices to the panel. But this will be covered in our next video.&lt;/div&gt;&lt;div&gt;3) If you liked this material, leave a thumbs up. Have a suggestion, video proposition ? Leave a comment and subscribe to this channel, not to miss next episode.Stay safe and see you in the next video&lt;/div&gt;" vertex="1">
          <mxGeometry height="160" width="330" x="3110" y="1600" as="geometry" />
        </mxCell>
        <mxCell id="0qluF64Sdjj_I7BYTujH-11" parent="1" style="rounded=1;whiteSpace=wrap;html=1;fillColor=#bac8d3;strokeColor=#23445d;" value="How to install DB-400 dectector base, DMP-400 smoke and heat detector and WZ-110 alarm indicator" vertex="1">
          <mxGeometry height="60" width="330" x="3110" y="40" as="geometry" />
        </mxCell>
        <mxCell id="0qluF64Sdjj_I7BYTujH-12" parent="1" style="rounded=1;whiteSpace=wrap;html=1;fillColor=#bac8d3;strokeColor=#23445d;" value="&lt;div&gt;Widok na centralę z elementami na tablicy, stojący lektor wita się i mówi:&lt;/div&gt;&lt;div&gt;&quot;Welcome to Satel channel&lt;/div&gt;&lt;div&gt;&lt;br&gt;&lt;/div&gt;&lt;div&gt;In today&#39;s video, we will present you family of addressable smoke and heat detectors, we will also show how to install detector base and connect alarm indicator&amp;nbsp;&lt;/div&gt;" vertex="1">
          <mxGeometry height="200" width="330" x="3110" y="120" as="geometry" />
        </mxCell>
        <mxCell id="0qluF64Sdjj_I7BYTujH-13" parent="1" style="rounded=1;whiteSpace=wrap;html=1;align=left;fillColor=#bac8d3;strokeColor=#23445d;" value="&lt;div&gt;dodac tlumaczenie&lt;/div&gt;&lt;div&gt;&lt;br&gt;&lt;/div&gt;" vertex="1">
          <mxGeometry height="280" width="330" x="3110" y="350" as="geometry" />
        </mxCell>
        <mxCell id="0qluF64Sdjj_I7BYTujH-14" parent="1" style="rounded=1;whiteSpace=wrap;html=1;align=left;fillColor=#bac8d3;strokeColor=#23445d;" value="&lt;div&gt;dodac tlumaczenie&lt;/div&gt;&lt;div&gt;&lt;br&gt;&lt;/div&gt;" vertex="1">
          <mxGeometry height="430" width="330" x="3110" y="910" as="geometry" />
        </mxCell>
        <mxCell id="0qluF64Sdjj_I7BYTujH-15" parent="1" style="rounded=1;whiteSpace=wrap;html=1;align=left;fillColor=#b1ddf0;strokeColor=#10739e;" value="&lt;div&gt;Aby poprawnie zamontować czujkę, w pomieszczeniu które chcesz chronić wybierz miejsce na suficie możliwie jak najbliżej środka. Czujka powinna być instalowana w pomieszczeniach zamkniętych, o normalnej wilgotności powietrza. Nie instaluj czujki na zewnątrz.&lt;/div&gt;&lt;div&gt;&lt;br&gt;&lt;/div&gt;&lt;div&gt;Zalecenia instalacyjne znajdziesz w dołączonej instrukcji&lt;/div&gt;&lt;div&gt;&lt;br&gt;&lt;/div&gt;&lt;div&gt;1. Zdejmij plastikową osłonę przeciwpyłową (nie wyrzucaj jej, może przydać się w trakcie remontu)&lt;/div&gt;&lt;div&gt;2. Zdejmij pokrywę czujki i przymocuj podstawę do sufitu przy użyciu kołków montażowych&amp;nbsp;&lt;/div&gt;&lt;div&gt;3. Zamontuj baterię w czujce i założ pokrywę. Pamietaj - nie zamontujesz czujki bez włożonej baterii cR123A&lt;/div&gt;&lt;div&gt;4. Wciśnij przycisk i sprawdź działanie czujki. Po chwili usłyszysz alarm pożarowy. Wciśnij ponownie przycisk, aby skasować alarm.&lt;/div&gt;&lt;div&gt;Uwaga: Przez 5 minut po skasowaniu alarmu pożarowego, funkcja wykrywania dymu jest zablokowana&lt;/div&gt;&lt;div&gt;&lt;br&gt;&lt;/div&gt;&lt;div&gt;Warto wiedzieć:&lt;/div&gt;&lt;div&gt;Wskaźniki LED i sygnalizator dźwiękowy sygnalizują:&lt;/div&gt;&lt;div&gt;- alarm pożarowy - świecenie i ciągły dzwięk przez 5 minut&lt;/div&gt;&lt;div&gt;- słabą baterię - 3 krótkie błyski/dźwięki co 30 sekund. Czujka powinna w takim trybie wytrzymać do 2 tygodni pracy&lt;/div&gt;&lt;div&gt;- zabrudzenie komory dymu - 2 błyski co 30 sekund, bez dźwięku&lt;/div&gt;&lt;div&gt;&lt;br&gt;&lt;/div&gt;&lt;div&gt;Aby wyczuścić komorę dymu:&lt;/div&gt;&lt;div&gt;1. Zdejmij czujkę z podstawy i wyjmiij baterię&lt;/div&gt;&lt;div&gt;2. Odłącz wtyczkę sygnalizatora, po czym odchyl blokadę i przekręć moduł elektroniki w kierunku przeciwnym od ruchu wskazówek zegara&lt;/div&gt;&lt;div&gt;3. Odchyl zaczep i zdejmij pokrywę komory dymu&lt;/div&gt;&lt;div&gt;4. Wyczyść pędzelkiem lub sprężonym powietrzem oba elementy. Zwróc uwagę na zagłębienia, w których są diody - muszą być czyste&lt;/div&gt;&lt;div&gt;5. Złóż urządzenie, włóż baterię i przetestuj działanie&lt;/div&gt;" vertex="1">
          <mxGeometry height="650" width="330" x="3570" y="910" as="geometry" />
        </mxCell>
        <mxCell id="0qluF64Sdjj_I7BYTujH-16" parent="1" style="rounded=1;whiteSpace=wrap;html=1;fillColor=#b1ddf0;strokeColor=#10739e;" value="SDA-250 -autonomiczna czujka dymu. Montaż i obsługa" vertex="1">
          <mxGeometry height="60" width="330" x="3570" y="40" as="geometry" />
        </mxCell>
        <mxCell id="0qluF64Sdjj_I7BYTujH-17" parent="1" style="rounded=1;whiteSpace=wrap;html=1;fillColor=#b1ddf0;strokeColor=#10739e;" value="&lt;div&gt;Widok na czujkę zamontowaną na a&#39;la suficie, robimy prawdziwy dym i czujka zaczyna sygnalizować alarm, po czym następuje powolne cięcie i dalsza treść&lt;/div&gt;&lt;div&gt;&lt;br&gt;&lt;/div&gt;&lt;div&gt;Witaj na kanale Satel&lt;/div&gt;&lt;div&gt;Całe szczęście w naszym studio była obecna czujka, która ostrzegła nas przed zagrożeniem pożarowym.&lt;/div&gt;&lt;div&gt;W dzisiejszym filmie, przedstawimy Wam jak poprawnie zamontować i obsługiwać autonomiczną czuję dymu w Twoim mieszkaniu.&lt;/div&gt;" vertex="1">
          <mxGeometry height="200" width="330" x="3570" y="120" as="geometry" />
        </mxCell>
        <mxCell id="0qluF64Sdjj_I7BYTujH-18" parent="1" style="rounded=1;whiteSpace=wrap;html=1;align=left;fillColor=#b1ddf0;strokeColor=#10739e;" value="Z myślą o bezpieczeństwie Satel stworzył niezawodną i łatwą w użyciu, autonomiczną czujke dymu SDA-250. Urządzenie spełnia restrykcyjne wymogi normy EN 14604 i tym samym zapewnia precyzyjny pomiar i natychmiastową reakcję na zagrożenie. Na jednej baterii może pracować nawet 10 lat, co daje Ci spokój na długie lata." vertex="1">
          <mxGeometry height="280" width="330" x="3570" y="350" as="geometry" />
        </mxCell>
        <mxCell id="0qluF64Sdjj_I7BYTujH-19" parent="1" style="rounded=1;whiteSpace=wrap;html=1;fillColor=#b1ddf0;strokeColor=#10739e;" value="Tekst Polski" vertex="1">
          <mxGeometry height="60" width="330" x="3570" y="-40" as="geometry" />
        </mxCell>
        <mxCell id="0qluF64Sdjj_I7BYTujH-20" parent="1" style="rounded=1;whiteSpace=wrap;html=1;fillColor=#bac8d3;strokeColor=#23445d;" value="Tekst Angielski" vertex="1">
          <mxGeometry height="60" width="330" x="3940" y="-40" as="geometry" />
        </mxCell>
        <mxCell id="0qluF64Sdjj_I7BYTujH-21" parent="1" style="rounded=1;whiteSpace=wrap;html=1;fillColor=#b0e3e6;strokeColor=#0e8088;" value="Scenariusz 4 - SDA-250" vertex="1">
          <mxGeometry height="60" width="700" x="3570" y="-120" as="geometry" />
        </mxCell>
        <mxCell id="0qluF64Sdjj_I7BYTujH-22" parent="1" style="rounded=1;whiteSpace=wrap;html=1;align=left;fillColor=#b1ddf0;strokeColor=#10739e;" value="&lt;div&gt;Widok na czujkę na suficie, komentarz lektora:&lt;/div&gt;&lt;div&gt;1) Czujka jest znowu gotowa do pracy&amp;nbsp;&lt;/div&gt;&lt;div&gt;2) Dzięki temu prostemu urządzeniu, wielokrotnie wzrasta szansa na wykrycie pożaru w jego wczesnej fazie.&amp;nbsp;&lt;/div&gt;&lt;div&gt;3)Jeśli materiał Ci się podobał, zostaw kciuk w górę. Masz uwagi, sugestie lub propozycje odcinka? Zostaw komentarz pod filmem. Dzięki za uwagę i do zobaczenia&lt;/div&gt;" vertex="1">
          <mxGeometry height="160" width="330" x="3570" y="1600" as="geometry" />
        </mxCell>
        <mxCell id="0qluF64Sdjj_I7BYTujH-23" parent="1" style="rounded=1;whiteSpace=wrap;html=1;fillColor=#b0e3e6;strokeColor=#0e8088;" value="Satel Fire jakaś animacja wieńcząca dzieło" vertex="1">
          <mxGeometry height="60" width="700" x="3570" y="1790" as="geometry" />
        </mxCell>
        <mxCell id="0qluF64Sdjj_I7BYTujH-24" parent="1" style="rounded=1;whiteSpace=wrap;html=1;align=left;fillColor=#bac8d3;strokeColor=#23445d;" value="&lt;div&gt;Chwilowy widok na gotową centralę, komentarz lektora:&lt;/div&gt;&lt;div&gt;1) At this moment, our detector is ready again&lt;/div&gt;&lt;div&gt;2)&amp;nbsp; Thanks to this simple device, chance of avoiding fatal damage increases expodentially&lt;/div&gt;&lt;div&gt;3) If you liked this material, leave a thumbs up. Have a suggestion, video proposition ? Leave a comment and subscribe to this channel, not to miss next episode.Stay safe and see you in the next video&lt;/div&gt;" vertex="1">
          <mxGeometry height="160" width="330" x="3940" y="1600" as="geometry" />
        </mxCell>
        <mxCell id="0qluF64Sdjj_I7BYTujH-25" parent="1" style="rounded=1;whiteSpace=wrap;html=1;fillColor=#bac8d3;strokeColor=#23445d;" value="SDA-250 - standalone smoke detector. Installation and maintance" vertex="1">
          <mxGeometry height="60" width="330" x="3940" y="40" as="geometry" />
        </mxCell>
-         <mxCell id="0qluF64Sdjj_I7BYTujH-26" parent="1" style="rounded=1;whiteSpace=wrap;html=1;fillColor=#bac8d3;strokeColor=#23445d;" value="&lt;div&gt;Widok na czujkę zamontowaną na a&#39;la suficie, robimy prawdziwy dym i&lt;br&gt; czujka zaczyna sygnalizować alarm, po czym następuje powolne cięcie i &lt;br&gt;dalsza treść&lt;/div&gt;&lt;div&gt;&lt;br&gt;&lt;/div&gt;&lt;div&gt;Welcome to Satel channel&lt;/div&gt;&lt;div&gt;Fortuantelly, we had a detector in our studio, which had warned us about fire danger.&lt;/div&gt;&lt;div&gt;In today&#39;s video, we will show you how to properly install and use standalone smoke detector in your home&amp;nbsp;&lt;/div&gt;" vertex="1">
+         <mxCell id="0qluF64Sdjj_I7BYTujH-26" parent="1" style="rounded=1;whiteSpace=wrap;html=1;fillColor=#bac8d3;strokeColor=#23445d;" value="&lt;div&gt;Widok na czujkę zamontowaną na a&#39;la suficie, robimy prawdziwy dym i czujka zaczyna sygnalizować alarm, po czym następuje powolne cięcie i dalsza treść&lt;/div&gt;&lt;div&gt;&lt;br&gt;&lt;/div&gt;&lt;div&gt;Welcome to Satel channel&lt;/div&gt;&lt;div&gt;Fortuantelly, we had a detector in our studio, which had warned us about fire danger.&lt;/div&gt;&lt;div&gt;In today&#39;s video, we will show you how to properly install and use standalone smoke detector in your home&amp;nbsp;&lt;/div&gt;" vertex="1">
          <mxGeometry height="200" width="330" x="3940" y="120" as="geometry" />
        </mxCell>
        <mxCell id="0qluF64Sdjj_I7BYTujH-27" parent="1" style="rounded=1;whiteSpace=wrap;html=1;align=left;fillColor=#bac8d3;strokeColor=#23445d;" value="Having your safety in mind, Satel have designed reliable and easy to use, standalone smoke detector SA-250. The device meets strict EN 14604 norm requirements and therefore gives its user precise detection and immediate reaction to fire danger. It works up to 10 yeard on a single battery, which let&#39;s you stay safe for an extended period of time" vertex="1">
          <mxGeometry height="280" width="330" x="3940" y="350" as="geometry" />
        </mxCell>
        <mxCell id="0qluF64Sdjj_I7BYTujH-28" parent="1" style="rounded=1;whiteSpace=wrap;html=1;align=left;fillColor=#bac8d3;strokeColor=#23445d;" value="&lt;div&gt;To properly install detector, chose celing location as close as possible to the center of the room. The detector should be installed indoors, in spaces wirh normal air humidity. Do not install the detector outdoors.&lt;/div&gt;&lt;div&gt;&lt;br&gt;&lt;/div&gt;&lt;div&gt;All installation tips can be found in manual attached&lt;/div&gt;&lt;div&gt;&lt;br&gt;&lt;/div&gt;&lt;div&gt;1. Remove the plastic dust cover (do not throw it away, may be useful during renovation and dusty works)&lt;/div&gt;&lt;div&gt;2. Remove detector from base and mount the base to the ceiling using anchors or screws&lt;/div&gt;&lt;div&gt;3. Install the CR123A battery and twist detector to install it. Important: The detector can&#39;t be installed without battery&lt;/div&gt;&lt;div&gt;4. Press the test/reset button and check if the device is working. A fire alarm should be generated. Press again to clear the alarm&lt;/div&gt;&lt;div&gt;Important: The smoke detection function will be blocked for 5 minutes after the alarm is cleared.&lt;/div&gt;&lt;div&gt;&lt;br&gt;&lt;/div&gt;&lt;div&gt;Good to know:&lt;/div&gt;&lt;div&gt;LED indicator and sounder indicates:&lt;/div&gt;&lt;div&gt;- fire alarm - continous beep and LED on for 5 minutes&lt;/div&gt;&lt;div&gt;- low battery - 3 short flashes and 3 short beeps every 30 seconds&lt;/div&gt;&lt;div&gt;- dirty smoke chamber - 2 short flashes every 30 seconds, no beep&lt;/div&gt;&lt;div&gt;&lt;br&gt;&lt;/div&gt;&lt;div&gt;To clear dirty smoke chamber:&lt;/div&gt;&lt;div&gt;1. Remove cover from the base and remove the battery&lt;/div&gt;&lt;div&gt;2. Disconnect the sounder plug, then pull the release lever and turn whole electronics module counter-clockwise&lt;/div&gt;&lt;div&gt;3. Release the mounting catch and remove the smoke chamber cover&lt;/div&gt;&lt;div&gt;4. Using a soft brush or compressed air, clean the labyrinth in the cover, as well as the base of the smoke chamber. Pay attention to the recesses where LEDs are installed.&lt;br&gt;8. Put the device together, put the battery in and use test/reset button&lt;/div&gt;" vertex="1">
          <mxGeometry height="650" width="330" x="3940" y="910" as="geometry" />
        </mxCell>
-         <mxCell id="0qluF64Sdjj_I7BYTujH-29" parent="1" style="rounded=1;whiteSpace=wrap;html=1;align=left;fillColor=#b1ddf0;strokeColor=#10739e;" value="" vertex="1">
+         <mxCell id="0qluF64Sdjj_I7BYTujH-29" parent="1" style="rounded=1;whiteSpace=wrap;html=1;align=left;fillColor=#b1ddf0;strokeColor=#10739e;" value="&lt;br&gt;&lt;div style=&quot;display: inline-block; font-size: 12px; font-family: Helvetica; color: light-dark(#000000, #ffffff); line-height: 1.2; pointer-events: all; white-space: normal; word-wrap: normal;&quot;&gt;Aby zapewnić dodatkową kontrolę nad systemem pożarowym proponujemy zainstalować dodatkowy moduł komunikacyjny który może zapewnić powiadomienie głosowe, sms, clip w module GSM-X, lub sms i clip w module GPRS-A.&amp;nbsp;&amp;nbsp;&lt;/div&gt;&lt;br&gt;&lt;div&gt;&lt;br&gt;&lt;/div&gt;&lt;div&gt;Sposób podłączenia:&lt;div style=&quot;forced-color-adjust: none; box-shadow: none !important;&quot;&gt;1.&lt;br/&gt; Z centrali P.Poż. wyprowadzamy przewód wielożyłowy służący do &lt;br/&gt;podłączenia wejść i wyjść pomiędzy urządzeniami, oraz przewodu &lt;br/&gt;zasilającego 230V&lt;/div&gt;&lt;div style=&quot;forced-color-adjust: none; box-shadow: none !important;&quot;&gt;2. Wprowadzamy przewód do obudowy OPU-4 lub 3P i montujemy ją przy centrali&lt;/div&gt;&lt;div style=&quot;forced-color-adjust: none; box-shadow: none !important;&quot;&gt;3. Montujemy moduł komunikacyjny GSM-X, GPRS-A&lt;/div&gt;&lt;div style=&quot;forced-color-adjust: none; box-shadow: none !important;&quot;&gt;4. W obudowie montujemy zasilacz APS-412&lt;/div&gt;&lt;div style=&quot;forced-color-adjust: none; box-shadow: none !important;&quot;&gt;5. Podłączamy kabel zasilający 230V do zasilacza APS-412 a następnie do centrali pożarowej&lt;/div&gt;&lt;div style=&quot;forced-color-adjust: none; box-shadow: none !important;&quot;&gt;6.&lt;br/&gt; Podłączamy przewód 3-żyłowy pomiędzy zasilaczem a modułem, podłączany &lt;br/&gt;przewód akumulatorowy do zasilacza a następnie do akumulatora&lt;/div&gt;&lt;div style=&quot;forced-color-adjust: none; box-shadow: none !important;&quot;&gt;7.&lt;br/&gt; Używając kabla wielożyłowego podłączamy wyjścia przekaźnikowe w &lt;br/&gt;centrali do wejść w module, oraz wyjście z modułu które będzie &lt;br/&gt;informowało o uszkodzeniu modułu do wejścia kontrolnego w centrali&lt;/div&gt;&lt;div style=&quot;forced-color-adjust: none; box-shadow: none !important;&quot;&gt;8. Konfigurujemy centralę oraz moduł&amp;nbsp;&lt;/div&gt;&lt;div style=&quot;forced-color-adjust: none; box-shadow: none !important;&quot;&gt;9. Testujemy zaprogramowaną funkcjonalność wywołując alarm, uszkodzenie na centrali oraz uszkodzenie w samym module.&lt;/div&gt;&lt;br&gt;&lt;/div&gt;" vertex="1">
          <mxGeometry height="650" width="330" x="4410" y="910" as="geometry" />
        </mxCell>
-         <mxCell id="0qluF64Sdjj_I7BYTujH-30" parent="1" style="rounded=1;whiteSpace=wrap;html=1;fillColor=#b1ddf0;strokeColor=#10739e;" value="" vertex="1">
+         <mxCell id="0qluF64Sdjj_I7BYTujH-30" parent="1" style="rounded=1;whiteSpace=wrap;html=1;fillColor=#b1ddf0;strokeColor=#10739e;" value="&lt;br&gt;&lt;div style=&quot;display: inline-block; font-size: 12px; font-family: Helvetica; color: light-dark(#000000, #ffffff); line-height: 1.2; pointer-events: all; white-space: normal; word-wrap: normal;&quot;&gt;GSM-X, GPRS-A - podłączenie modułów do centrali ACSP-402, montaż i konfiguracja&lt;/div&gt;&lt;div&gt;&lt;br/&gt;&lt;/div&gt;" vertex="1">
          <mxGeometry height="60" width="330" x="4410" y="40" as="geometry" />
        </mxCell>
-         <mxCell id="0qluF64Sdjj_I7BYTujH-31" parent="1" style="rounded=1;whiteSpace=wrap;html=1;fillColor=#b1ddf0;strokeColor=#10739e;" value="" vertex="1">
+         <mxCell id="0qluF64Sdjj_I7BYTujH-31" parent="1" style="rounded=1;whiteSpace=wrap;html=1;fillColor=#b1ddf0;strokeColor=#10739e;" value="&lt;div&gt;Widok na moduły:&amp;nbsp;&lt;/div&gt;&lt;div&gt;&lt;br&gt;&lt;/div&gt;&lt;div style=&quot;display: inline-block; font-size: 12px; font-family: Helvetica; color: light-dark(#000000, #ffffff); line-height: 1.2; pointer-events: all; white-space: normal; word-wrap: normal;&quot;&gt;&lt;br&gt;&lt;/div&gt;&lt;div style=&quot;display: inline-block; font-size: 12px; font-family: Helvetica; color: light-dark(#000000, #ffffff); line-height: 1.2; pointer-events: all; white-space: normal; word-wrap: normal;&quot;&gt;&lt;br&gt;&lt;/div&gt;&lt;div style=&quot;display: inline-block; font-size: 12px; font-family: Helvetica; color: light-dark(#000000, #ffffff); line-height: 1.2; pointer-events: all; white-space: normal; word-wrap: normal;&quot;&gt;&lt;br&gt;&lt;/div&gt;&lt;div style=&quot;display: inline-block; font-size: 12px; font-family: Helvetica; color: light-dark(#000000, #ffffff); line-height: 1.2; pointer-events: all; white-space: normal; word-wrap: normal;&quot;&gt;&lt;br&gt;&lt;/div&gt;&lt;div style=&quot;display: inline-block; font-size: 12px; font-family: Helvetica; color: light-dark(#000000, #ffffff); line-height: 1.2; pointer-events: all; white-space: normal; word-wrap: normal;&quot;&gt;&lt;br&gt;&lt;/div&gt;&lt;div style=&quot;display: inline-block; font-size: 12px; font-family: Helvetica; color: light-dark(#000000, #ffffff); line-height: 1.2; pointer-events: all; white-space: normal; word-wrap: normal;&quot;&gt;&lt;br&gt;&lt;/div&gt;&lt;div style=&quot;display: inline-block; font-size: 12px; font-family: Helvetica; color: light-dark(#000000, #ffffff); line-height: 1.2; pointer-events: all; white-space: normal; word-wrap: normal;&quot;&gt;&lt;br&gt;&lt;/div&gt;&lt;div style=&quot;display: inline-block; font-size: 12px; font-family: Helvetica; color: light-dark(#000000, #ffffff); line-height: 1.2; pointer-events: all; white-space: normal; word-wrap: normal;&quot;&gt;Witaj na kanale Satel&lt;/div&gt;&lt;div&gt;Dziś przedstawimy&amp;nbsp;sposób podłączenia modułów GSM i GPRS do centrali pożarowej ACSP-402. Wyjaśnimy też różnice pomiędzy pracą z modułami i centralą&lt;/div&gt;" vertex="1">
          <mxGeometry height="200" width="330" x="4410" y="120" as="geometry" />
        </mxCell>
-         <mxCell id="0qluF64Sdjj_I7BYTujH-32" parent="1" style="rounded=1;whiteSpace=wrap;html=1;align=left;fillColor=#b1ddf0;strokeColor=#10739e;" value="" vertex="1">
+         <mxCell id="0qluF64Sdjj_I7BYTujH-32" parent="1" style="rounded=1;whiteSpace=wrap;html=1;align=left;fillColor=#b1ddf0;strokeColor=#10739e;" value="Moduł GSM-X oraz GRPS-A to uniwersalne moduły komunikacyjne.Wykorzystamy je dzisiaj do przesłania informacji o alarmie pożarowym i uszkodzeń na nasz telefon&amp;nbsp;" vertex="1">
          <mxGeometry height="280" width="330" x="4410" y="350" as="geometry" />
        </mxCell>
        <mxCell id="0qluF64Sdjj_I7BYTujH-33" parent="1" style="rounded=1;whiteSpace=wrap;html=1;fillColor=#b1ddf0;strokeColor=#10739e;" value="Tekst Polski" vertex="1">
          <mxGeometry height="60" width="330" x="4410" y="-40" as="geometry" />
        </mxCell>
        <mxCell id="0qluF64Sdjj_I7BYTujH-34" parent="1" style="rounded=1;whiteSpace=wrap;html=1;fillColor=#bac8d3;strokeColor=#23445d;" value="Tekst Angielski" vertex="1">
          <mxGeometry height="60" width="330" x="4780" y="-40" as="geometry" />
        </mxCell>
        <mxCell id="0qluF64Sdjj_I7BYTujH-35" parent="1" style="rounded=1;whiteSpace=wrap;html=1;fillColor=#b0e3e6;strokeColor=#0e8088;" value="Scenariusz 5 - GSM-X i ACSP-402" vertex="1">
          <mxGeometry height="60" width="700" x="4410" y="-120" as="geometry" />
        </mxCell>
        <mxCell id="0qluF64Sdjj_I7BYTujH-36" parent="1" style="rounded=1;whiteSpace=wrap;html=1;align=left;fillColor=#b1ddf0;strokeColor=#10739e;" value="&lt;div&gt;Widok na centralę i moduł na ścianie, komentarz lektora:&lt;/div&gt;&lt;div&gt;1) Nasz moduł został poprawnie podłączony i skonfigurowany&lt;/div&gt;&lt;div&gt;2) Mamy teraz możliwość uzyskania natychmiastowej informacji o alarmach i uszkodzeniach na zabezpieczonym obiekcie&amp;nbsp;&lt;/div&gt;&lt;div&gt;3)Jeśli materiał Ci się podobał, zostaw kciuk w górę. Masz uwagi, sugestie lub propozycje odcinka? Zostaw komentarz pod filmem. Dzięki za uwagę i do zobaczenia&lt;/div&gt;" vertex="1">
          <mxGeometry height="160" width="330" x="4410" y="1600" as="geometry" />
        </mxCell>
        <mxCell id="0qluF64Sdjj_I7BYTujH-37" parent="1" style="rounded=1;whiteSpace=wrap;html=1;fillColor=#b0e3e6;strokeColor=#0e8088;" value="Satel Fire jakaś animacja wieńcząca dzieło" vertex="1">
          <mxGeometry height="60" width="700" x="4410" y="1790" as="geometry" />
        </mxCell>
        <mxCell id="0qluF64Sdjj_I7BYTujH-38" parent="1" style="rounded=1;whiteSpace=wrap;html=1;align=left;fillColor=#bac8d3;strokeColor=#23445d;" value="&lt;div&gt;Widok na centralę i moduł na ścianie, komentarz lektora:&lt;/div&gt;&lt;div&gt;1) Our module is now properly connected and configured&lt;/div&gt;&lt;div&gt;2) From now on, we are able to immediately recieve information about alarms and fault on supervised property&lt;/div&gt;&lt;div&gt;3) If you liked this material, leave a thumbs up. Have a suggestion, video proposition ? Leave a comment and subscribe to this channel, not to miss next episode.Stay safe and see you in the next video&lt;/div&gt;" vertex="1">
          <mxGeometry height="160" width="330" x="4780" y="1600" as="geometry" />
        </mxCell>
-         <mxCell id="0qluF64Sdjj_I7BYTujH-39" parent="1" style="rounded=1;whiteSpace=wrap;html=1;fillColor=#bac8d3;strokeColor=#23445d;" value="" vertex="1">
+         <mxCell id="0qluF64Sdjj_I7BYTujH-39" parent="1" style="rounded=1;whiteSpace=wrap;html=1;fillColor=#bac8d3;strokeColor=#23445d;" value="&lt;br&gt;&lt;div style=&quot;display: inline-block; font-size: 12px; font-family: Helvetica; color: light-dark(#000000, #ffffff); line-height: 1.2; pointer-events: all; white-space: normal; word-wrap: normal;&quot;&gt;GSM-X, GPRS-A - connecting module to control panel ACSP-402, installation and configuration&lt;/div&gt;&lt;div&gt;&lt;br/&gt;&lt;/div&gt;" vertex="1">
          <mxGeometry height="60" width="330" x="4780" y="40" as="geometry" />
        </mxCell>
        <mxCell id="0qluF64Sdjj_I7BYTujH-40" parent="1" style="rounded=1;whiteSpace=wrap;html=1;fillColor=#bac8d3;strokeColor=#23445d;" value="" vertex="1">
          <mxGeometry height="200" width="330" x="4780" y="120" as="geometry" />
        </mxCell>
        <mxCell id="0qluF64Sdjj_I7BYTujH-41" parent="1" style="rounded=1;whiteSpace=wrap;html=1;align=left;fillColor=#bac8d3;strokeColor=#23445d;" value="" vertex="1">
          <mxGeometry height="280" width="330" x="4780" y="350" as="geometry" />
        </mxCell>
        <mxCell id="0qluF64Sdjj_I7BYTujH-42" parent="1" style="rounded=1;whiteSpace=wrap;html=1;align=left;fillColor=#bac8d3;strokeColor=#23445d;" value="" vertex="1">
          <mxGeometry height="650" width="330" x="4780" y="910" as="geometry" />
        </mxCell>
      </root>
    </mxGraphModel>
  </diagram>
</mxfile>
